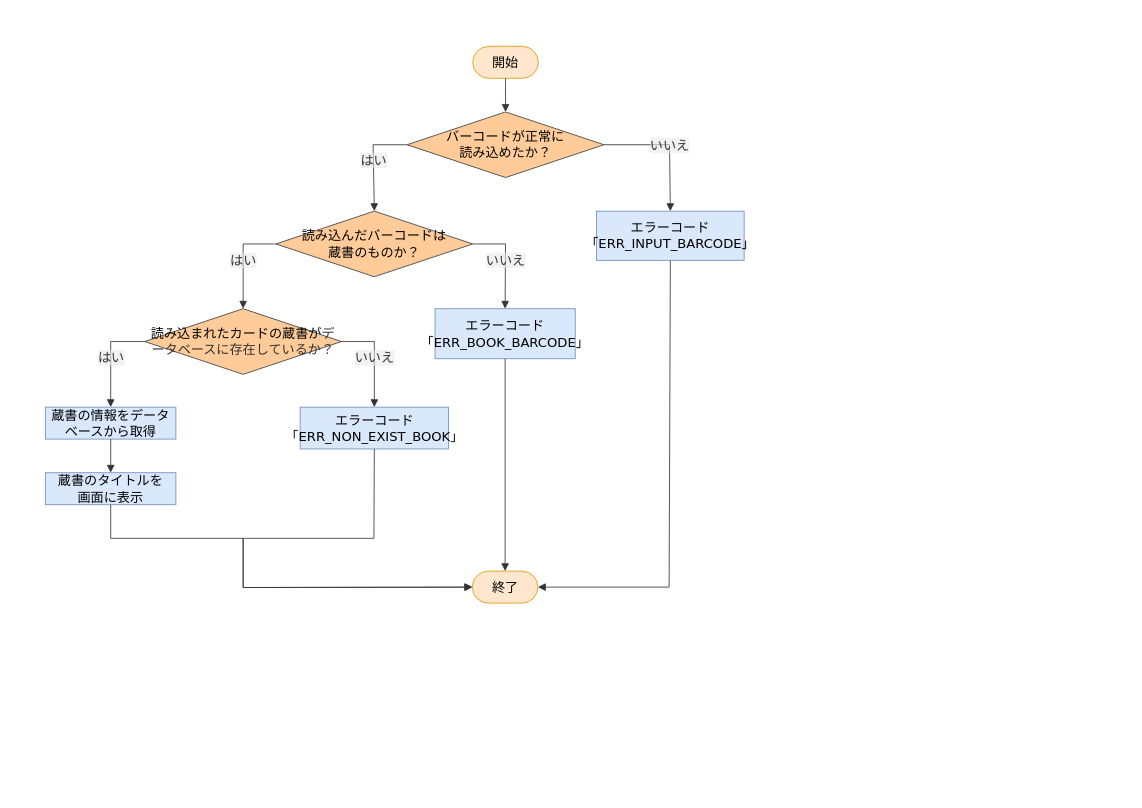
Before: 詳細設計書/7班/flowchart/返却申請バーコード読み込み.drawio in rs002421-creator/-, a draw.io diagram. Source tidied: cells renumbered, new cells numbered last; positions are measured from the earlier drawing's top-left corner, leaving out a move shared by most shapes. Both pictures are drawn from the tidied source at 82%, with x=0, y=0 at pixel (14, 14).
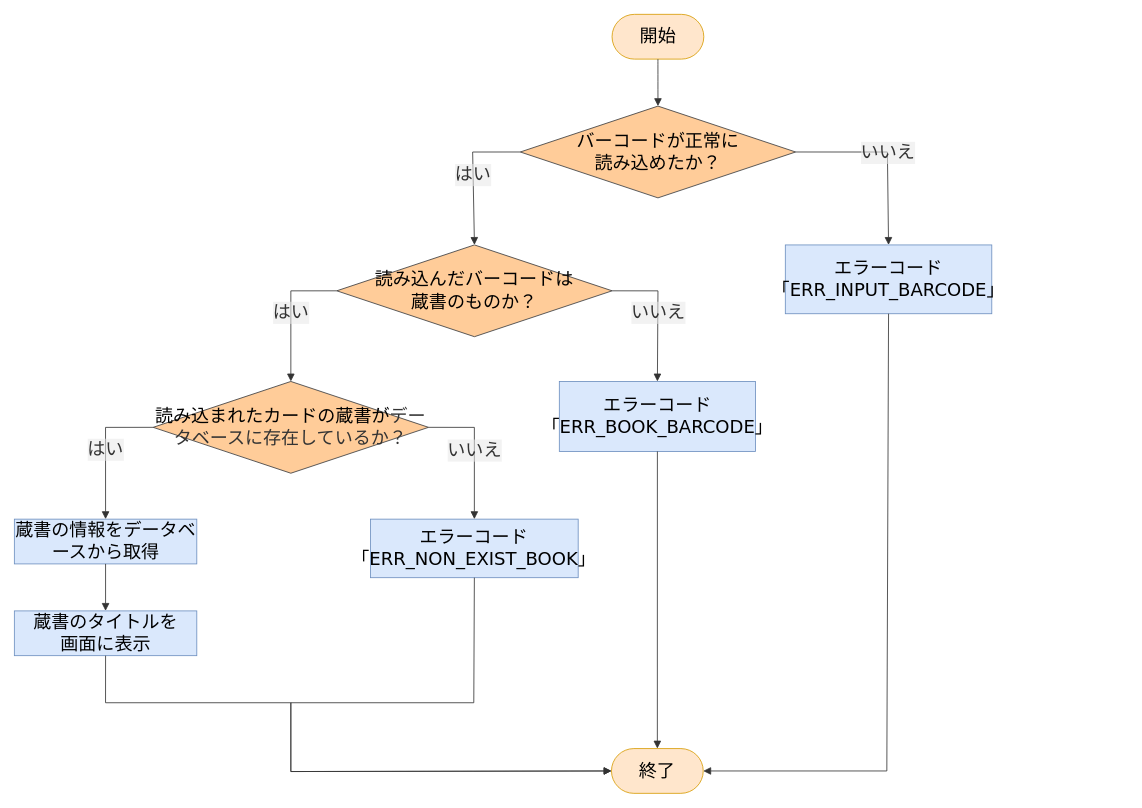
After the change.

Change to the diagram source:
```diff
@@
-    <mxCell id="2" style="group;transparentBounds=1;editIcon=1;lockedGroup=0;groupPadding=10;" parent="1" vertex="1">
-      <mxGeometry width="1359" height="689" as="geometry" />
-    </mxCell>
+    <mxCell id="25" style="group;fontSize=22;" parent="1" vertex="1">
+      <mxGeometry width="1192" height="950" as="geometry" />
+    </mxCell>
-    <mxCell id="3" value="開始" style="html=1;rounded=1;whiteSpace=wrap;arcSize=50;strokeWidth=1;fillColor=#ffe6cc;strokeColor=#d79b00;fontFamily=Trebuchet MS,Verdana,Arial,sans-serif;fontSize=16;" parent="2" vertex="1">
-      <mxGeometry x="559" y="39" width="80" height="39" as="geometry" />
+    <mxCell id="3" value="開始" style="html=1;rounded=1;whiteSpace=wrap;arcSize=50;strokeWidth=1;fillColor=#ffe6cc;strokeColor=#d79b00;fontFamily=Trebuchet MS,Verdana,Arial,sans-serif;fontSize=22;" parent="25" vertex="1">
+      <mxGeometry x="728.9" width="111.9" height="54.6" as="geometry" />
     </mxCell>
-    <mxCell id="4" value="バーコードが正常に&lt;div&gt;読み込めたか？&lt;/div&gt;" style="rhombus;html=1;strokeWidth=1;whiteSpace=wrap;fillColor=#ffcc99;strokeColor=#36393d;fontFamily=Trebuchet MS,Verdana,Arial,sans-serif;fontSize=16;" parent="2" vertex="1">
-      <mxGeometry x="479" y="119" width="240" height="80" as="geometry" />
+    <mxCell id="4" value="バーコードが正常に&lt;div&gt;読み込めたか？&lt;/div&gt;" style="rhombus;html=1;strokeWidth=1;whiteSpace=wrap;fillColor=#ffcc99;strokeColor=#36393d;fontFamily=Trebuchet MS,Verdana,Arial,sans-serif;fontSize=22;" parent="25" vertex="1">
+      <mxGeometry x="617" y="111.9" width="335.8" height="111.9" as="geometry" />
     </mxCell>
-    <mxCell id="5" value="読み込んだバーコードは&lt;div&gt;蔵書のものか？&lt;/div&gt;" style="rhombus;html=1;strokeWidth=1;whiteSpace=wrap;fillColor=#ffcc99;strokeColor=#36393d;fontFamily=Trebuchet MS,Verdana,Arial,sans-serif;fontSize=16;" parent="2" vertex="1">
-      <mxGeometry x="319" y="240" width="240" height="80" as="geometry" />
+    <mxCell id="5" value="読み込んだバーコードは&lt;div&gt;蔵書のものか？&lt;/div&gt;" style="rhombus;html=1;strokeWidth=1;whiteSpace=wrap;fillColor=#ffcc99;strokeColor=#36393d;fontFamily=Trebuchet MS,Verdana,Arial,sans-serif;fontSize=22;" parent="25" vertex="1">
+      <mxGeometry x="393.2" y="281.2" width="335.8" height="111.9" as="geometry" />
     </mxCell>
-    <mxCell id="6" value="エラーコード「ERR_INPUT_BARCODE」" style="html=1;whiteSpace=wrap;strokeWidth=1;fillColor=#dae8fc;strokeColor=#6c8ebf;fontFamily=Trebuchet MS,Verdana,Arial,sans-serif;fontSize=16;" parent="2" vertex="1">
-      <mxGeometry x="710" y="240" width="180" height="60" as="geometry" />
+    <mxCell id="6" value="エラーコード「ERR_INPUT_BARCODE」" style="html=1;whiteSpace=wrap;strokeWidth=1;fillColor=#dae8fc;strokeColor=#6c8ebf;fontFamily=Trebuchet MS,Verdana,Arial,sans-serif;fontSize=22;" parent="25" vertex="1">
+      <mxGeometry x="940.2" y="281.2" width="251.8" height="83.9" as="geometry" />
     </mxCell>
-    <mxCell id="7" value="読み込まれたカードの蔵書が&lt;span style=&quot;background-color: transparent; color: light-dark(rgb(51, 51, 51), rgb(204, 204, 204));&quot;&gt;データベースに存在しているか？&lt;/span&gt;" style="rhombus;html=1;strokeWidth=1;whiteSpace=wrap;fillColor=#ffcc99;strokeColor=#36393d;fontFamily=Trebuchet MS,Verdana,Arial,sans-serif;fontSize=16;" parent="2" vertex="1">
-      <mxGeometry x="159" y="359" width="240" height="80" as="geometry" />
+    <mxCell id="7" value="読み込まれたカードの蔵書が&lt;span style=&quot;background-color: transparent; color: light-dark(rgb(51, 51, 51), rgb(204, 204, 204));&quot;&gt;データベースに存在しているか？&lt;/span&gt;" style="rhombus;html=1;strokeWidth=1;whiteSpace=wrap;fillColor=#ffcc99;strokeColor=#36393d;fontFamily=Trebuchet MS,Verdana,Arial,sans-serif;fontSize=22;" parent="25" vertex="1">
+      <mxGeometry x="169.3" y="447.7" width="335.8" height="111.9" as="geometry" />
     </mxCell>
-    <mxCell id="8" value="エラーコード「ERR_BOOK_BARCODE」" style="html=1;whiteSpace=wrap;strokeWidth=1;fillColor=#dae8fc;strokeColor=#6c8ebf;fontFamily=Trebuchet MS,Verdana,Arial,sans-serif;fontSize=16;" parent="2" vertex="1">
-      <mxGeometry x="513" y="359" width="171" height="61" as="geometry" />
+    <mxCell id="8" value="エラーコード「ERR_BOOK_BARCODE」" style="html=1;whiteSpace=wrap;strokeWidth=1;fillColor=#dae8fc;strokeColor=#6c8ebf;fontFamily=Trebuchet MS,Verdana,Arial,sans-serif;fontSize=22;" parent="25" vertex="1">
+      <mxGeometry x="664.6" y="447.7" width="239.2" height="85.3" as="geometry" />
     </mxCell>
-    <mxCell id="9" value="蔵書の情報をデータベースから取得" style="html=1;whiteSpace=wrap;strokeWidth=1;fillColor=#dae8fc;strokeColor=#6c8ebf;fontFamily=Trebuchet MS,Verdana,Arial,sans-serif;fontSize=16;" parent="2" vertex="1">
-      <mxGeometry x="38" y="479" width="159" height="39" as="geometry" />
+    <mxCell id="9" value="蔵書の情報をデータベースから取得" style="html=1;whiteSpace=wrap;strokeWidth=1;fillColor=#dae8fc;strokeColor=#6c8ebf;fontFamily=Trebuchet MS,Verdana,Arial,sans-serif;fontSize=22;" parent="25" vertex="1">
+      <mxGeometry y="615.6" width="222.5" height="54.6" as="geometry" />
     </mxCell>
-    <mxCell id="10" value="エラーコード「ERR_NON_EXIST_BOOK」" style="html=1;whiteSpace=wrap;strokeWidth=1;fillColor=#dae8fc;strokeColor=#6c8ebf;fontFamily=Trebuchet MS,Verdana,Arial,sans-serif;fontSize=16;" parent="2" vertex="1">
-      <mxGeometry x="348.5" y="479" width="181" height="51" as="geometry" />
+    <mxCell id="10" value="エラーコード「ERR_NON_EXIST_BOOK」" style="html=1;whiteSpace=wrap;strokeWidth=1;fillColor=#dae8fc;strokeColor=#6c8ebf;fontFamily=Trebuchet MS,Verdana,Arial,sans-serif;fontSize=22;" parent="25" vertex="1">
+      <mxGeometry x="434.4" y="615.6" width="253.2" height="71.4" as="geometry" />
     </mxCell>
-    <mxCell id="11" value="蔵書のタイトルを&lt;div&gt;画面に表示&lt;/div&gt;" style="html=1;whiteSpace=wrap;strokeWidth=1;fillColor=#dae8fc;strokeColor=#6c8ebf;fontFamily=Trebuchet MS,Verdana,Arial,sans-serif;fontSize=16;" parent="2" vertex="1">
-      <mxGeometry x="38" y="559" width="159" height="39" as="geometry" />
+    <mxCell id="11" value="蔵書のタイトルを&lt;div&gt;画面に表示&lt;/div&gt;" style="html=1;whiteSpace=wrap;strokeWidth=1;fillColor=#dae8fc;strokeColor=#6c8ebf;fontFamily=Trebuchet MS,Verdana,Arial,sans-serif;fontSize=22;" parent="25" vertex="1">
+      <mxGeometry y="727.5" width="222.5" height="54.6" as="geometry" />
     </mxCell>
-    <mxCell id="12" style="curved=1;startArrow=none;endArrow=block;endSize=7;strokeColor=light-dark(#333333,#cccccc);exitX=0.5;exitY=1;entryX=0.5;entryY=0;rounded=0;" parent="2" edge="1" source="3" target="4">
+    <mxCell id="12" style="curved=1;startArrow=none;endArrow=block;endSize=7;strokeColor=light-dark(#333333,#cccccc);exitX=0.5;exitY=1;entryX=0.5;entryY=0;rounded=0;fontSize=22;" parent="25" edge="1" source="3" target="4">
       <mxGeometry relative="1" as="geometry" />
     </mxCell>
-    <mxCell id="13" value="はい" style="curved=0;startArrow=none;endArrow=block;endSize=7;strokeColor=light-dark(#333333,#cccccc);html=1;fontSize=16;labelBackgroundColor=light-dark(#E8E8E88D,#2a2a2a8D);fontFamily=Trebuchet MS,Verdana,Arial,sans-serif;fontColor=light-dark(#333333,#cccccc);exitX=0;exitY=0.5;entryX=0.5;entryY=0;rounded=0;exitDx=0;exitDy=0;" parent="2" edge="1" source="4" target="5">
+    <mxCell id="13" value="はい" style="curved=0;startArrow=none;endArrow=block;endSize=7;strokeColor=light-dark(#333333,#cccccc);html=1;fontSize=22;labelBackgroundColor=light-dark(#E8E8E88D,#2a2a2a8D);fontFamily=Trebuchet MS,Verdana,Arial,sans-serif;fontColor=light-dark(#333333,#cccccc);exitX=0;exitY=0.5;entryX=0.5;entryY=0;rounded=0;exitDx=0;exitDy=0;" parent="25" edge="1" source="4" target="5">
       <mxGeometry relative="1" as="geometry">
         <Array as="points">
-          <mxPoint x="437.5" y="159" />
+          <mxPoint x="558.9" y="167.9" />
         </Array>
       </mxGeometry>
     </mxCell>
-    <mxCell id="14" value="いいえ" style="curved=0;startArrow=none;endArrow=block;endSize=7;strokeColor=light-dark(#333333,#cccccc);html=1;fontSize=16;labelBackgroundColor=light-dark(#E8E8E88D,#2a2a2a8D);fontFamily=Trebuchet MS,Verdana,Arial,sans-serif;fontColor=light-dark(#333333,#cccccc);exitX=1;exitY=0.5;entryX=0.5;entryY=0;rounded=0;exitDx=0;exitDy=0;" parent="2" edge="1" source="4" target="6">
+    <mxCell id="14" value="いいえ" style="curved=0;startArrow=none;endArrow=block;endSize=7;strokeColor=light-dark(#333333,#cccccc);html=1;fontSize=22;labelBackgroundColor=light-dark(#E8E8E88D,#2a2a2a8D);fontFamily=Trebuchet MS,Verdana,Arial,sans-serif;fontColor=light-dark(#333333,#cccccc);exitX=1;exitY=0.5;entryX=0.5;entryY=0;rounded=0;exitDx=0;exitDy=0;" parent="25" edge="1" source="4" target="6">
       <mxGeometry relative="1" as="geometry">
         <Array as="points">
-          <mxPoint x="799" y="159" />
+          <mxPoint x="1064.7" y="167.9" />
         </Array>
       </mxGeometry>
     </mxCell>
-    <mxCell id="15" value="はい" style="curved=0;startArrow=none;endArrow=block;endSize=7;strokeColor=light-dark(#333333,#cccccc);html=1;fontSize=16;labelBackgroundColor=light-dark(#E8E8E88D,#2a2a2a8D);fontFamily=Trebuchet MS,Verdana,Arial,sans-serif;fontColor=light-dark(#333333,#cccccc);exitX=0;exitY=0.5;entryX=0.5;entryY=0;rounded=0;exitDx=0;exitDy=0;" parent="2" edge="1" source="5" target="7">
+    <mxCell id="15" value="はい" style="curved=0;startArrow=none;endArrow=block;endSize=7;strokeColor=light-dark(#333333,#cccccc);html=1;fontSize=22;labelBackgroundColor=light-dark(#E8E8E88D,#2a2a2a8D);fontFamily=Trebuchet MS,Verdana,Arial,sans-serif;fontColor=light-dark(#333333,#cccccc);exitX=0;exitY=0.5;entryX=0.5;entryY=0;rounded=0;exitDx=0;exitDy=0;" parent="25" edge="1" source="5" target="7">
       <mxGeometry relative="1" as="geometry">
         <Array as="points">
-          <mxPoint x="279" y="280" />
+          <mxPoint x="337.2" y="337.2" />
         </Array>
       </mxGeometry>
     </mxCell>
-    <mxCell id="16" value="いいえ" style="curved=0;startArrow=none;endArrow=block;endSize=7;strokeColor=light-dark(#333333,#cccccc);html=1;fontSize=16;labelBackgroundColor=light-dark(#E8E8E88D,#2a2a2a8D);fontFamily=Trebuchet MS,Verdana,Arial,sans-serif;fontColor=light-dark(#333333,#cccccc);exitX=1;exitY=0.5;entryX=0.5;entryY=0;rounded=0;exitDx=0;exitDy=0;" parent="2" edge="1" source="5" target="8">
+    <mxCell id="16" value="いいえ" style="curved=0;startArrow=none;endArrow=block;endSize=7;strokeColor=light-dark(#333333,#cccccc);html=1;fontSize=22;labelBackgroundColor=light-dark(#E8E8E88D,#2a2a2a8D);fontFamily=Trebuchet MS,Verdana,Arial,sans-serif;fontColor=light-dark(#333333,#cccccc);exitX=1;exitY=0.5;entryX=0.5;entryY=0;rounded=0;exitDx=0;exitDy=0;" parent="25" edge="1" source="5" target="8">
       <mxGeometry relative="1" as="geometry">
         <Array as="points">
-          <mxPoint x="599" y="280" />
+          <mxPoint x="784.9" y="337.2" />
         </Array>
       </mxGeometry>
     </mxCell>
-    <mxCell id="17" value="はい" style="curved=0;startArrow=none;endArrow=block;endSize=7;strokeColor=light-dark(#333333,#cccccc);html=1;fontSize=16;labelBackgroundColor=light-dark(#E8E8E88D,#2a2a2a8D);fontFamily=Trebuchet MS,Verdana,Arial,sans-serif;fontColor=light-dark(#333333,#cccccc);exitX=0;exitY=0.5;entryX=0.5;entryY=0;rounded=0;exitDx=0;exitDy=0;" parent="2" edge="1" source="7" target="9">
+    <mxCell id="17" value="はい" style="curved=0;startArrow=none;endArrow=block;endSize=7;strokeColor=light-dark(#333333,#cccccc);html=1;fontSize=22;labelBackgroundColor=light-dark(#E8E8E88D,#2a2a2a8D);fontFamily=Trebuchet MS,Verdana,Arial,sans-serif;fontColor=light-dark(#333333,#cccccc);exitX=0;exitY=0.5;entryX=0.5;entryY=0;rounded=0;exitDx=0;exitDy=0;" parent="25" edge="1" source="7" target="9">
       <mxGeometry relative="1" as="geometry">
         <Array as="points">
-          <mxPoint x="117.5" y="399" />
+          <mxPoint x="111.2" y="503.7" />
         </Array>
       </mxGeometry>
     </mxCell>
-    <mxCell id="18" value="いいえ" style="curved=0;startArrow=none;endArrow=block;endSize=7;strokeColor=light-dark(#333333,#cccccc);html=1;fontSize=16;labelBackgroundColor=light-dark(#E8E8E88D,#2a2a2a8D);fontFamily=Trebuchet MS,Verdana,Arial,sans-serif;fontColor=light-dark(#333333,#cccccc);exitX=1;exitY=0.5;entryX=0.5;entryY=0;rounded=0;exitDx=0;exitDy=0;" parent="2" edge="1" source="7" target="10">
+    <mxCell id="18" value="いいえ" style="curved=0;startArrow=none;endArrow=block;endSize=7;strokeColor=light-dark(#333333,#cccccc);html=1;fontSize=22;labelBackgroundColor=light-dark(#E8E8E88D,#2a2a2a8D);fontFamily=Trebuchet MS,Verdana,Arial,sans-serif;fontColor=light-dark(#333333,#cccccc);exitX=1;exitY=0.5;entryX=0.5;entryY=0;rounded=0;exitDx=0;exitDy=0;" parent="25" edge="1" source="7" target="10">
       <mxGeometry relative="1" as="geometry">
         <Array as="points">
-          <mxPoint x="439" y="399" />
+          <mxPoint x="561" y="503.7" />
         </Array>
       </mxGeometry>
     </mxCell>
-    <mxCell id="19" style="curved=0;startArrow=none;endArrow=block;endSize=7;strokeColor=light-dark(#333333,#cccccc);exitX=0.5;exitY=1;entryX=0.5;entryY=0;rounded=0;" parent="2" edge="1" source="9" target="11">
+    <mxCell id="19" style="curved=0;startArrow=none;endArrow=block;endSize=7;strokeColor=light-dark(#333333,#cccccc);exitX=0.5;exitY=1;entryX=0.5;entryY=0;rounded=0;fontSize=22;" parent="25" edge="1" source="9" target="11">
       <mxGeometry relative="1" as="geometry" />
     </mxCell>
-    <mxCell id="20" style="curved=0;startArrow=none;endArrow=block;endSize=7;strokeColor=light-dark(#333333,#cccccc);exitX=0.5;exitY=1;entryX=1;entryY=0.5;rounded=0;entryDx=0;entryDy=0;" parent="2" edge="1" source="6" target="23">
+    <mxCell id="20" style="curved=0;startArrow=none;endArrow=block;endSize=7;strokeColor=light-dark(#333333,#cccccc);exitX=0.5;exitY=1;entryX=1;entryY=0.5;rounded=0;entryDx=0;entryDy=0;fontSize=22;" parent="25" edge="1" source="6" target="23">
       <mxGeometry relative="1" as="geometry">
         <Array as="points">
-          <mxPoint x="798.5" y="698.5" />
+          <mxPoint x="1064" y="922.7" />
         </Array>
       </mxGeometry>
     </mxCell>
-    <mxCell id="21" style="curved=0;startArrow=none;endArrow=block;endSize=7;strokeColor=light-dark(#333333,#cccccc);exitX=0.5;exitY=1;entryX=0.5;entryY=0;rounded=0;entryDx=0;entryDy=0;" parent="2" edge="1" source="8" target="23">
+    <mxCell id="21" style="curved=0;startArrow=none;endArrow=block;endSize=7;strokeColor=light-dark(#333333,#cccccc);exitX=0.5;exitY=1;entryX=0.5;entryY=0;rounded=0;entryDx=0;entryDy=0;fontSize=22;" parent="25" edge="1" source="8" target="23">
       <mxGeometry relative="1" as="geometry" />
     </mxCell>
-    <mxCell id="22" style="curved=0;startArrow=none;endArrow=block;endSize=7;strokeColor=light-dark(#333333,#cccccc);exitX=0.5;exitY=1;entryX=0;entryY=0.5;rounded=0;entryDx=0;entryDy=0;" parent="2" edge="1" source="10" target="23">
+    <mxCell id="22" style="curved=0;startArrow=none;endArrow=block;endSize=7;strokeColor=light-dark(#333333,#cccccc);exitX=0.5;exitY=1;entryX=0;entryY=0.5;rounded=0;entryDx=0;entryDy=0;fontSize=22;" parent="25" edge="1" source="10" target="23">
       <mxGeometry relative="1" as="geometry">
         <Array as="points">
-          <mxPoint x="438.5" y="639" />
-          <mxPoint x="279" y="639" />
-          <mxPoint x="279" y="699" />
+          <mxPoint x="560.3" y="839.5" />
+          <mxPoint x="337.2" y="839.5" />
+          <mxPoint x="337.2" y="923.4" />
         </Array>
       </mxGeometry>
     </mxCell>
-    <mxCell id="23" value="終了" style="html=1;rounded=1;whiteSpace=wrap;arcSize=50;strokeWidth=1;fillColor=#ffe6cc;strokeColor=#d79b00;fontFamily=Trebuchet MS,Verdana,Arial,sans-serif;fontSize=16;" parent="2" vertex="1">
-      <mxGeometry x="558.5" y="679" width="80" height="39" as="geometry" />
+    <mxCell id="23" value="終了" style="html=1;rounded=1;whiteSpace=wrap;arcSize=50;strokeWidth=1;fillColor=#ffe6cc;strokeColor=#d79b00;fontFamily=Trebuchet MS,Verdana,Arial,sans-serif;fontSize=22;" parent="25" vertex="1">
+      <mxGeometry x="728.2" y="895.4" width="111.9" height="54.6" as="geometry" />
     </mxCell>
-    <mxCell id="24" style="curved=0;startArrow=none;endArrow=block;endSize=7;strokeColor=light-dark(#333333,#cccccc);exitX=0.5;exitY=1;entryX=0;entryY=0.5;rounded=0;entryDx=0;entryDy=0;exitDx=0;exitDy=0;" parent="2" edge="1" source="11" target="23">
+    <mxCell id="24" style="curved=0;startArrow=none;endArrow=block;endSize=7;strokeColor=light-dark(#333333,#cccccc);exitX=0.5;exitY=1;entryX=0;entryY=0.5;rounded=0;entryDx=0;entryDy=0;exitDx=0;exitDy=0;fontSize=22;" parent="25" edge="1" source="11" target="23">
       <mxGeometry relative="1" as="geometry">
         <Array as="points">
-          <mxPoint x="117.5" y="639" />
-          <mxPoint x="279" y="639" />
-          <mxPoint x="279" y="699" />
+          <mxPoint x="111.2" y="839.5" />
+          <mxPoint x="337.2" y="839.5" />
+          <mxPoint x="337.2" y="923.4" />
         </Array>
       </mxGeometry>
     </mxCell>
```
